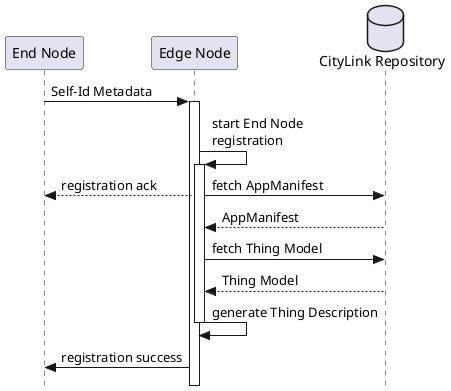
The PlantUML diagram uml/Sequence/registration.png in les2feup/CityLink, before a commit.
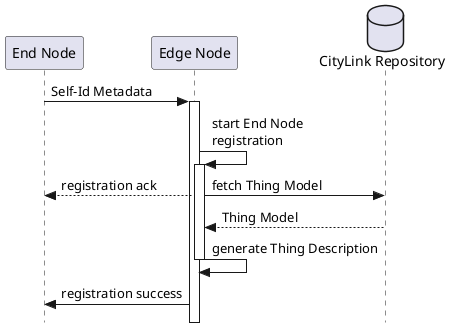
The same diagram one commit later.

The edit, as a diff of the source:
```diff
@@ -13,10 +13,7 @@
 
 activate edgeNode
 edgeNode --> endNode : registration ack
-& edgeNode -> cloud : fetch AppManifest
-cloud --> edgeNode: AppManifest
-
-edgeNode -> cloud: fetch Thing Model
+& edgeNode -> cloud: fetch Thing Model
 cloud --> edgeNode: Thing Model
 
 edgeNode -> edgeNode : generate Thing Description
```
